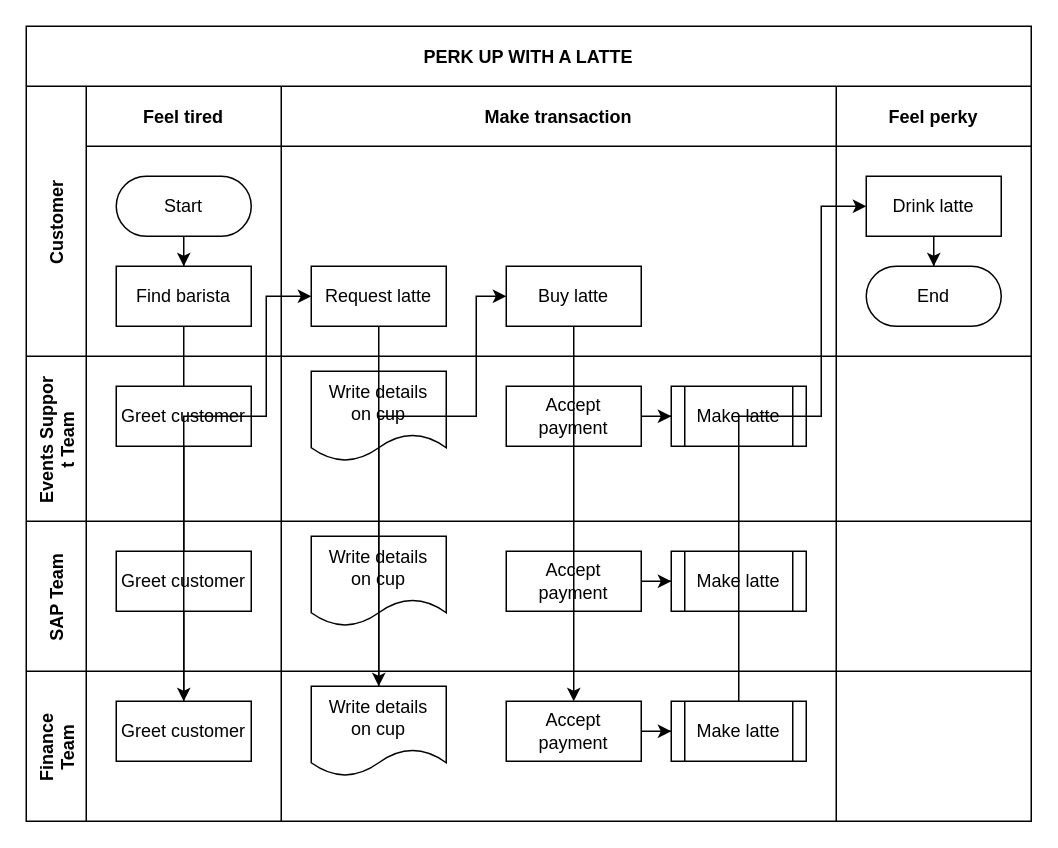
Earlier version of the draw.io diagram Event-creation.drawio (Helena-Zuk/github-slideshow). Source tidied: cells renumbered, new cells numbered last; positions are measured from the earlier drawing's top-left corner, leaving out a move shared by most shapes. Both pictures are drawn from the tidied source at 150%, with x=0, y=0 at pixel (26, 26).
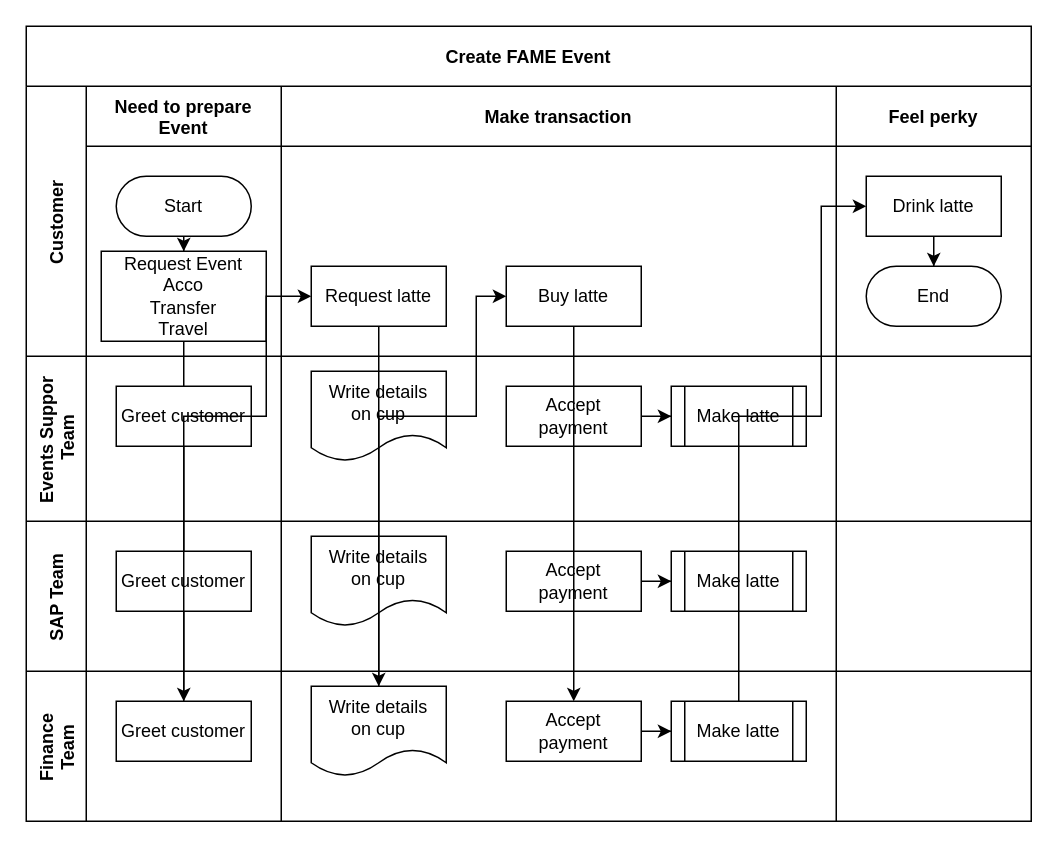
The same page after the edit.

The change refers to these unchanged cells:
```xml
<mxCell id="4" value="Customer" style="shape=tableRow;horizontal=0;swimlaneHead=0;swimlaneBody=0;top=0;left=0;bottom=0;right=0;fillColor=none;startSize=40;fontStyle=1;" parent="2" vertex="1">
  <mxGeometry y="40" width="670" height="180" as="geometry" />
</mxCell>
```

Diff of the diagram source:
```diff
@@
-    <mxCell id="2" value="PERK UP WITH A LATTE" style="shape=table;childLayout=tableLayout;startSize=40;fillColor=none;fontStyle=1;" parent="1" vertex="1">
+    <mxCell id="2" value="Create FAME Event" style="shape=table;childLayout=tableLayout;startSize=40;fillColor=none;fontStyle=1;" parent="1" vertex="1">
       <mxGeometry width="670" height="530" as="geometry" />
     </mxCell>
@@
-    <mxCell id="5" value="Feel tired" style="swimlane;swimlaneHead=0;swimlaneBody=0;fillColor=none;startSize=40;fontStyle=1;" parent="4" vertex="1">
+    <mxCell id="5" value="Need to prepare &#10;Event" style="swimlane;swimlaneHead=0;swimlaneBody=0;fillColor=none;startSize=40;fontStyle=1;" parent="4" vertex="1">
       <mxGeometry x="40" width="130" height="180" as="geometry" />
     </mxCell>
@@
-    <mxCell id="8" value="Find barista" style="rounded=0;whiteSpace=wrap;html=1;" parent="5" vertex="1">
-      <mxGeometry x="20" y="120" width="90" height="40" as="geometry" />
+    <mxCell id="8" value="Request Event&lt;br&gt;Acco&lt;br&gt;Transfer&lt;br&gt;Travel" style="rounded=0;whiteSpace=wrap;html=1;" parent="5" vertex="1">
+      <mxGeometry x="10" y="110" width="110" height="60" as="geometry" />
     </mxCell>
@@
-    <mxCell id="16" value="Events Suppor&#10;t Team" style="shape=tableRow;horizontal=0;swimlaneHead=0;swimlaneBody=0;top=0;left=0;bottom=0;right=0;fillColor=none;startSize=40;fontStyle=1;" parent="2" vertex="1">
+    <mxCell id="16" value="Events Suppor&#10; Team" style="shape=tableRow;horizontal=0;swimlaneHead=0;swimlaneBody=0;top=0;left=0;bottom=0;right=0;fillColor=none;startSize=40;fontStyle=1;" parent="2" vertex="1">
       <mxGeometry y="220" width="670" height="110" as="geometry" />
     </mxCell>
```
